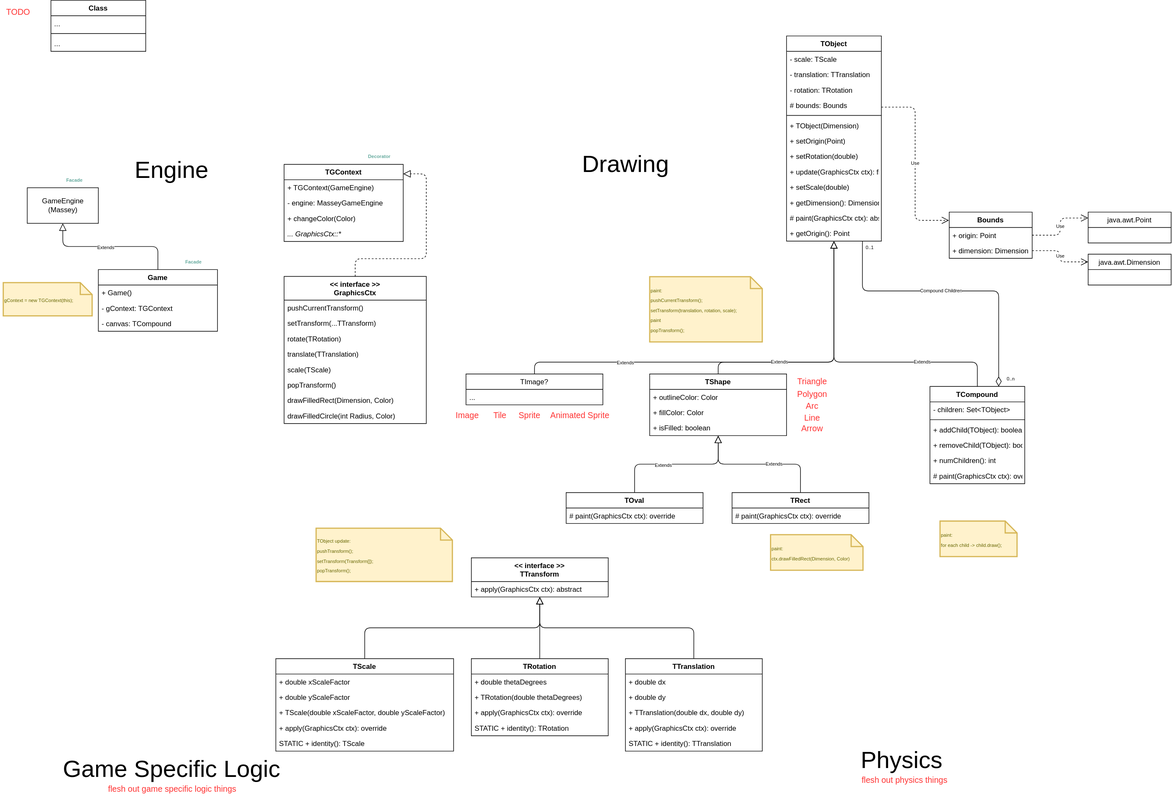
Above: docs/engine-uml.svg in tessapower/TEngine (draw.io), before the change. Source tidied: cells renumbered, new cells last; positions are measured from the earlier drawing's top-left corner, leaving out a move shared by most shapes.
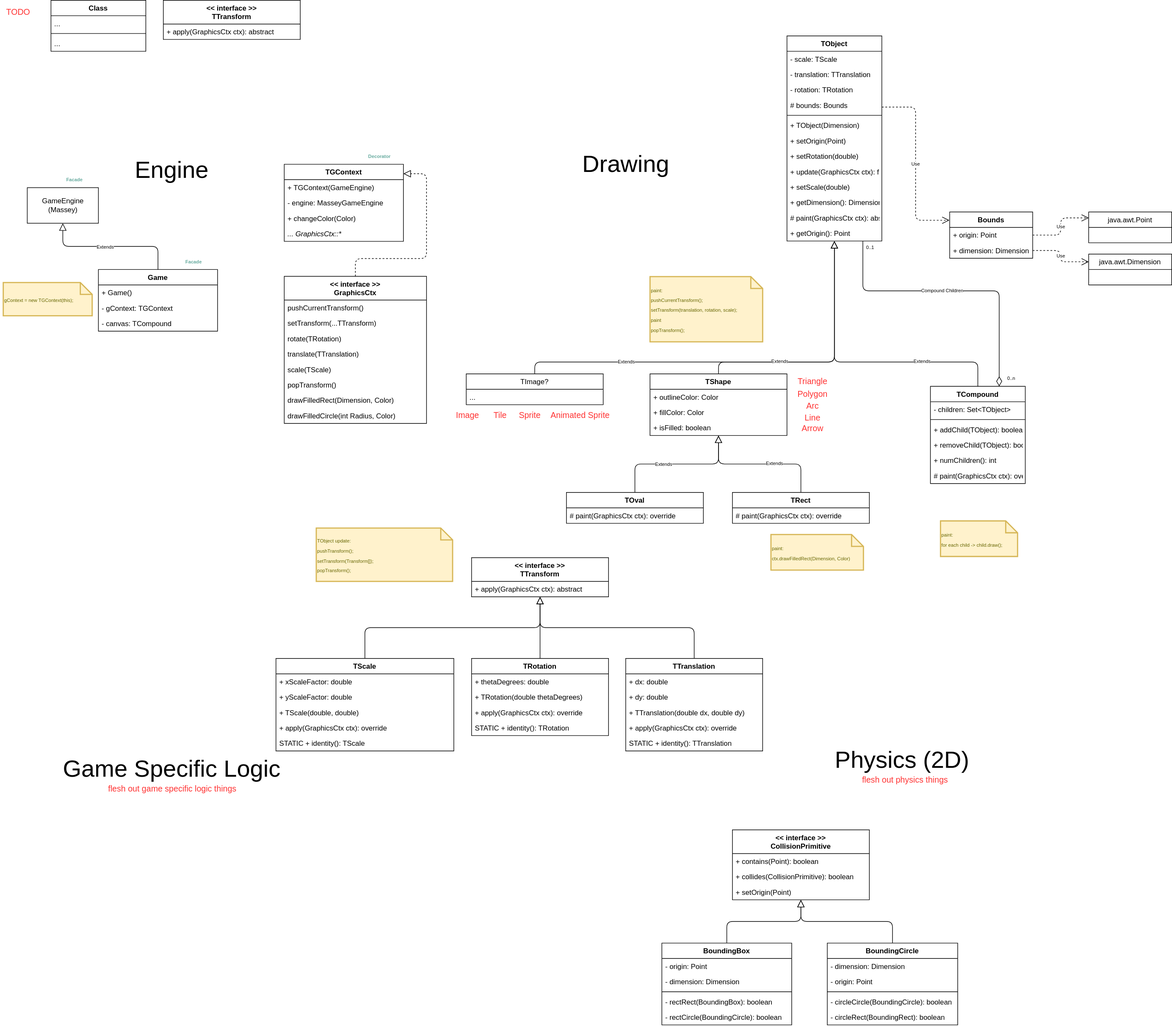
Above is the later version.

Commit message:
Update UML diagram

Change to the diagram source:
```diff
@@ -197,8 +197,8 @@
     <mxCell id="60" value="Drawing" style="text;html=1;align=center;verticalAlign=middle;fillColor=none;strokeColor=none;rounded=0;fontSize=40;fontColor=#000000;" parent="1" vertex="1">
       <mxGeometry x="975" y="250" width="160" height="50" as="geometry" />
     </mxCell>
-    <mxCell id="61" value="Physics" style="text;html=1;align=center;verticalAlign=middle;fillColor=none;strokeColor=none;rounded=0;fontSize=40;fontColor=#000000;" parent="1" vertex="1">
-      <mxGeometry x="1446" y="1255" width="150" height="50" as="geometry" />
+    <mxCell id="61" value="Physics (2D)" style="text;html=1;align=center;verticalAlign=middle;fillColor=none;strokeColor=none;rounded=0;fontSize=40;fontColor=#000000;" parent="1" vertex="1">
+      <mxGeometry x="1401" y="1255" width="240" height="50" as="geometry" />
     </mxCell>
     <mxCell id="62" value="Engine" style="text;html=1;align=center;verticalAlign=middle;fillColor=none;strokeColor=none;rounded=0;fontSize=40;fontColor=#000000;" parent="1" vertex="1">
       <mxGeometry x="219" y="260" width="140" height="50" as="geometry" />
@@ -262,7 +262,7 @@
     <mxCell id="79" value="TRotation" style="swimlane;fontStyle=1;horizontal=1;startSize=26;fillColor=none;" parent="1" vertex="1">
       <mxGeometry x="795" y="1110" width="231" height="130" as="geometry" />
     </mxCell>
-    <mxCell id="80" value="+ double thetaDegrees" style="text;strokeColor=none;fillColor=none;align=left;verticalAlign=top;spacingLeft=4;spacingRight=4;overflow=hidden;" parent="79" vertex="1">
+    <mxCell id="80" value="+ thetaDegrees: double" style="text;strokeColor=none;fillColor=none;align=left;verticalAlign=top;spacingLeft=4;spacingRight=4;overflow=hidden;" parent="79" vertex="1">
       <mxGeometry y="26" width="231" height="26" as="geometry" />
     </mxCell>
     <mxCell id="81" value="+ TRotation(double thetaDegrees)" style="text;strokeColor=none;fillColor=none;align=left;verticalAlign=top;spacingLeft=4;spacingRight=4;overflow=hidden;" parent="79" vertex="1">
@@ -280,10 +280,10 @@
     <mxCell id="85" value="TTranslation" style="swimlane;fontStyle=1;horizontal=1;startSize=26;fillColor=none;" parent="1" vertex="1">
       <mxGeometry x="1055" y="1110" width="231" height="156" as="geometry" />
     </mxCell>
-    <mxCell id="86" value="+ double dx" style="text;strokeColor=none;fillColor=none;align=left;verticalAlign=top;spacingLeft=4;spacingRight=4;overflow=hidden;" parent="85" vertex="1">
+    <mxCell id="86" value="+ dx: double" style="text;strokeColor=none;fillColor=none;align=left;verticalAlign=top;spacingLeft=4;spacingRight=4;overflow=hidden;" parent="85" vertex="1">
       <mxGeometry y="26" width="231" height="26" as="geometry" />
     </mxCell>
-    <mxCell id="87" value="+ double dy" style="text;strokeColor=none;fillColor=none;align=left;verticalAlign=top;spacingLeft=4;spacingRight=4;overflow=hidden;" parent="85" vertex="1">
+    <mxCell id="87" value="+ dy: double" style="text;strokeColor=none;fillColor=none;align=left;verticalAlign=top;spacingLeft=4;spacingRight=4;overflow=hidden;" parent="85" vertex="1">
       <mxGeometry y="52" width="231" height="26" as="geometry" />
     </mxCell>
     <mxCell id="88" value="+ TTranslation(double dx, double dy)" style="text;strokeColor=none;fillColor=none;align=left;verticalAlign=top;spacingLeft=4;spacingRight=4;overflow=hidden;" parent="85" vertex="1">
@@ -301,13 +301,13 @@
     <mxCell id="92" value="TScale" style="swimlane;fontStyle=1;horizontal=1;startSize=26;fillColor=none;" parent="1" vertex="1">
       <mxGeometry x="465" y="1110" width="300" height="156" as="geometry" />
     </mxCell>
-    <mxCell id="93" value="+ double xScaleFactor" style="text;strokeColor=none;fillColor=none;align=left;verticalAlign=top;spacingLeft=4;spacingRight=4;overflow=hidden;" parent="92" vertex="1">
+    <mxCell id="93" value="+ xScaleFactor: double" style="text;strokeColor=none;fillColor=none;align=left;verticalAlign=top;spacingLeft=4;spacingRight=4;overflow=hidden;" parent="92" vertex="1">
       <mxGeometry y="26" width="300" height="26" as="geometry" />
     </mxCell>
-    <mxCell id="94" value="+ double yScaleFactor" style="text;strokeColor=none;fillColor=none;align=left;verticalAlign=top;spacingLeft=4;spacingRight=4;overflow=hidden;" parent="92" vertex="1">
+    <mxCell id="94" value="+ yScaleFactor: double" style="text;strokeColor=none;fillColor=none;align=left;verticalAlign=top;spacingLeft=4;spacingRight=4;overflow=hidden;" parent="92" vertex="1">
       <mxGeometry y="52" width="300" height="26" as="geometry" />
     </mxCell>
-    <mxCell id="95" value="+ TScale(double xScaleFactor, double yScaleFactor)" style="text;strokeColor=none;fillColor=none;align=left;verticalAlign=top;spacingLeft=4;spacingRight=4;overflow=hidden;" parent="92" vertex="1">
+    <mxCell id="95" value="+ TScale(double, double)" style="text;strokeColor=none;fillColor=none;align=left;verticalAlign=top;spacingLeft=4;spacingRight=4;overflow=hidden;" parent="92" vertex="1">
       <mxGeometry y="78" width="300" height="26" as="geometry" />
     </mxCell>
     <mxCell id="96" value="+ apply(GraphicsCtx ctx): override" style="text;strokeColor=none;fillColor=none;align=left;verticalAlign=top;spacingLeft=4;spacingRight=4;overflow=hidden;" parent="92" vertex="1">
@@ -420,5 +420,65 @@
     <mxCell id="127" value="Arrow" style="text;html=1;align=center;verticalAlign=middle;fillColor=none;strokeColor=none;rounded=0;fontSize=14;fontColor=#FF3333;" parent="1" vertex="1">
       <mxGeometry x="1345" y="711.5" width="50" height="20" as="geometry" />
     </mxCell>
+    <mxCell id="128" style="edgeStyle=orthogonalEdgeStyle;rounded=1;jettySize=auto;html=1;exitX=0.5;exitY=0;exitDx=0;exitDy=0;endSize=10;endArrow=block;endFill=0;" parent="1" edge="1" source="129" target="137">
+      <mxGeometry relative="1" as="geometry" />
+    </mxCell>
+    <mxCell id="129" value="BoundingBox" style="swimlane;fontStyle=1;align=center;verticalAlign=top;horizontal=1;startSize=26;fontSize=12;" parent="1" vertex="1">
+      <mxGeometry x="1116" y="1590" width="219" height="138" as="geometry" />
+    </mxCell>
+    <mxCell id="130" value="- origin: Point" style="text;strokeColor=none;fillColor=none;align=left;verticalAlign=top;spacingLeft=4;spacingRight=4;overflow=hidden;" parent="129" vertex="1">
+      <mxGeometry y="26" width="219" height="26" as="geometry" />
+    </mxCell>
+    <mxCell id="131" value="- dimension: Dimension" style="text;strokeColor=none;fillColor=none;align=left;verticalAlign=top;spacingLeft=4;spacingRight=4;overflow=hidden;" parent="129" vertex="1">
+      <mxGeometry y="52" width="219" height="26" as="geometry" />
+    </mxCell>
+    <mxCell id="132" style="line;strokeWidth=1;fillColor=none;align=left;verticalAlign=middle;spacingTop=-1;spacingLeft=3;spacingRight=3;labelPosition=right;fontSize=12;" parent="129" vertex="1">
+      <mxGeometry y="78" width="219" height="8" as="geometry" />
+    </mxCell>
+    <mxCell id="133" value="- rectRect(BoundingBox): boolean" style="text;strokeColor=none;fillColor=none;align=left;verticalAlign=top;spacingLeft=4;spacingRight=4;overflow=hidden;" parent="129" vertex="1">
+      <mxGeometry y="86" width="219" height="26" as="geometry" />
+    </mxCell>
+    <mxCell id="134" value="- rectCircle(BoundingCircle): boolean" style="text;strokeColor=none;fillColor=none;align=left;verticalAlign=top;spacingLeft=4;spacingRight=4;overflow=hidden;" parent="129" vertex="1">
+      <mxGeometry y="112" width="219" height="26" as="geometry" />
+    </mxCell>
+    <mxCell id="135" value="&lt;&lt; interface &gt;&gt;&#10;TTransform" style="swimlane;fontStyle=1;horizontal=1;startSize=40;fillColor=none;" parent="1" vertex="1">
+      <mxGeometry x="275" width="231" height="66" as="geometry" />
+    </mxCell>
+    <mxCell id="136" value="+ apply(GraphicsCtx ctx): abstract" style="text;strokeColor=none;fillColor=none;align=left;verticalAlign=top;spacingLeft=4;spacingRight=4;overflow=hidden;" parent="135" vertex="1">
+      <mxGeometry y="40" width="231" height="26" as="geometry" />
+    </mxCell>
+    <mxCell id="137" value="&lt;&lt; interface &gt;&gt;&#10;CollisionPrimitive" style="swimlane;fontStyle=1;horizontal=1;startSize=40;fillColor=none;" parent="1" vertex="1">
+      <mxGeometry x="1235" y="1399" width="231" height="118" as="geometry" />
+    </mxCell>
+    <mxCell id="138" value="+ contains(Point): boolean" style="text;strokeColor=none;fillColor=none;align=left;verticalAlign=top;spacingLeft=4;spacingRight=4;overflow=hidden;" parent="137" vertex="1">
+      <mxGeometry y="40" width="231" height="26" as="geometry" />
+    </mxCell>
+    <mxCell id="139" value="+ collides(CollisionPrimitive): boolean" style="text;strokeColor=none;fillColor=none;align=left;verticalAlign=top;spacingLeft=4;spacingRight=4;overflow=hidden;" parent="137" vertex="1">
+      <mxGeometry y="66" width="231" height="26" as="geometry" />
+    </mxCell>
+    <mxCell id="140" value="+ setOrigin(Point)" style="text;strokeColor=none;fillColor=none;align=left;verticalAlign=top;spacingLeft=4;spacingRight=4;overflow=hidden;" parent="137" vertex="1">
+      <mxGeometry y="92" width="231" height="26" as="geometry" />
+    </mxCell>
+    <mxCell id="141" style="edgeStyle=orthogonalEdgeStyle;rounded=1;jettySize=auto;html=1;exitX=0.5;exitY=0;exitDx=0;exitDy=0;endSize=10;endArrow=block;endFill=0;" parent="1" edge="1" source="142" target="137">
+      <mxGeometry relative="1" as="geometry" />
+    </mxCell>
+    <mxCell id="142" value="BoundingCircle" style="swimlane;fontStyle=1;align=center;verticalAlign=top;horizontal=1;startSize=26;fontSize=12;" parent="1" vertex="1">
+      <mxGeometry x="1395" y="1590" width="220" height="138" as="geometry" />
+    </mxCell>
+    <mxCell id="143" value="- dimension: Dimension" style="text;strokeColor=none;fillColor=none;align=left;verticalAlign=top;spacingLeft=4;spacingRight=4;overflow=hidden;" parent="142" vertex="1">
+      <mxGeometry y="26" width="220" height="26" as="geometry" />
+    </mxCell>
+    <mxCell id="144" value="- origin: Point" style="text;strokeColor=none;fillColor=none;align=left;verticalAlign=top;spacingLeft=4;spacingRight=4;overflow=hidden;" parent="142" vertex="1">
+      <mxGeometry y="52" width="220" height="26" as="geometry" />
+    </mxCell>
+    <mxCell id="145" style="line;strokeWidth=1;fillColor=none;align=left;verticalAlign=middle;spacingTop=-1;spacingLeft=3;spacingRight=3;labelPosition=right;fontSize=12;" parent="142" vertex="1">
+      <mxGeometry y="78" width="220" height="8" as="geometry" />
+    </mxCell>
+    <mxCell id="146" value="- circleCircle(BoundingCircle): boolean" style="text;strokeColor=none;fillColor=none;align=left;verticalAlign=top;spacingLeft=4;spacingRight=4;overflow=hidden;" parent="142" vertex="1">
+      <mxGeometry y="86" width="220" height="26" as="geometry" />
+    </mxCell>
+    <mxCell id="147" value="- circleRect(BoundingRect): boolean" style="text;strokeColor=none;fillColor=none;align=left;verticalAlign=top;spacingLeft=4;spacingRight=4;overflow=hidden;" parent="142" vertex="1">
+      <mxGeometry y="112" width="220" height="26" as="geometry" />
+    </mxCell>
   </root>
 </mxGraphModel>
```
